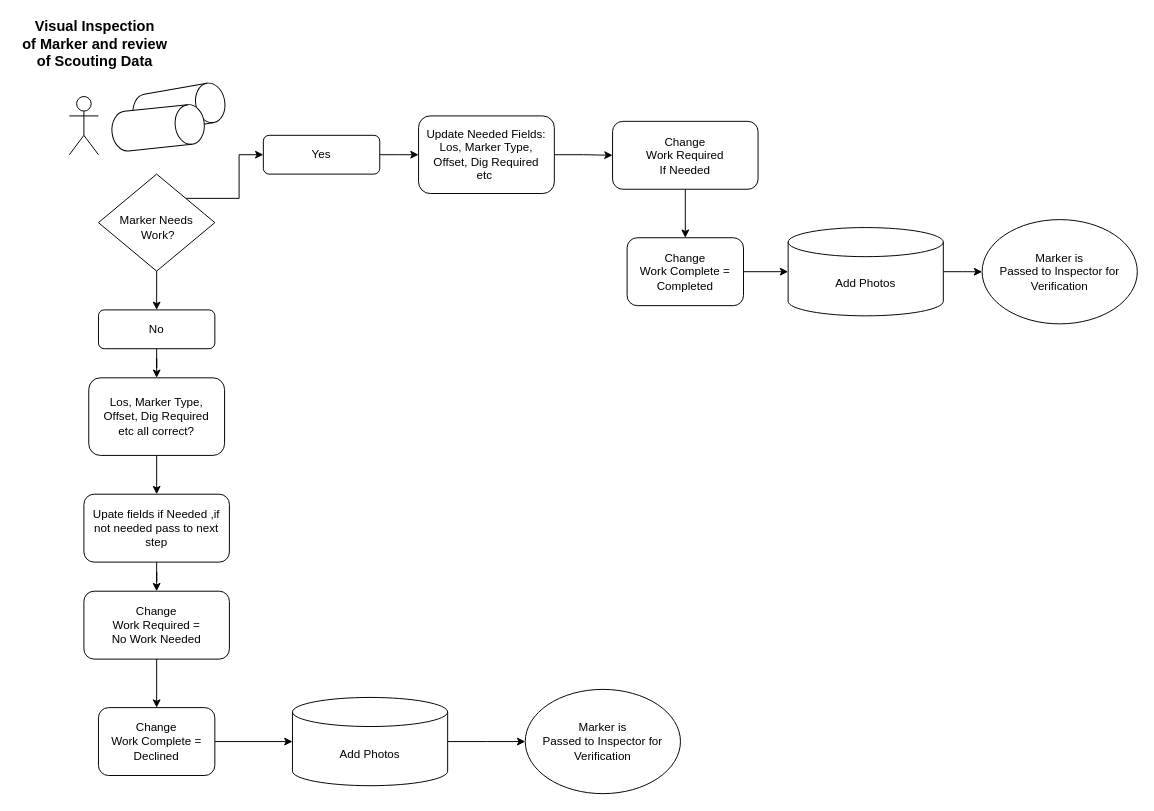
The draw.io diagram Untitled Diagram.drawio in STEFANIHUNT/workforce-scripts, before the edit. Source tidied: cells renumbered, new cells numbered last; positions are measured from the earlier drawing's top-left corner, leaving out a move shared by most shapes. Both pictures are drawn from the tidied source at 97%, with x=0, y=0 at pixel (16, 18).
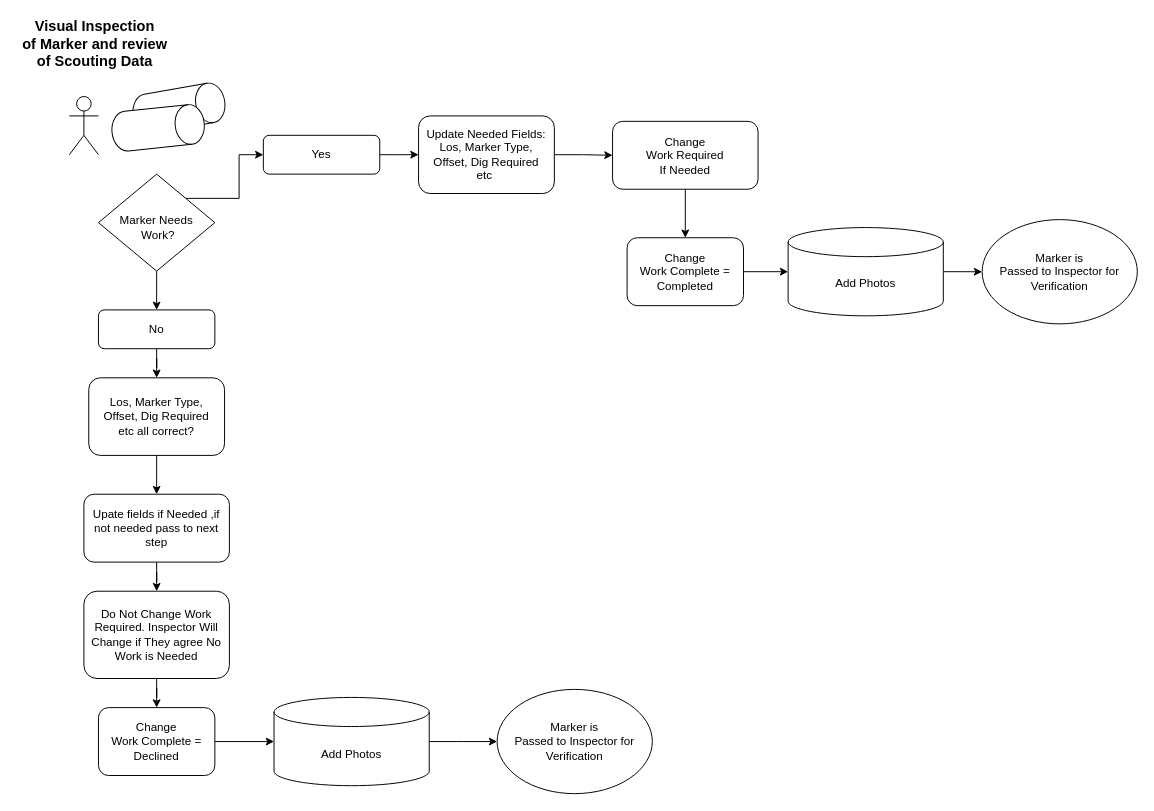
After the change.

Commit message:
Final Upated Decision Tree.drawio

The edit, as a diff of the source:
```diff
@@
     <mxCell id="13" value="Marker is &lt;br&gt;Passed to Inspector for Verification" style="ellipse;whiteSpace=wrap;html=1;rounded=1;shadow=0;strokeWidth=1;glass=0;" parent="1" vertex="1">
-      <mxGeometry x="524" y="691.2" width="160" height="107.5" as="geometry" />
+      <mxGeometry x="495" y="691.2" width="160" height="107.5" as="geometry" />
     </mxCell>
@@
-    <mxCell id="16" value="Change&lt;br&gt;Work Required = &lt;br&gt;No Work Needed" style="rounded=1;whiteSpace=wrap;html=1;fontSize=12;glass=0;strokeWidth=1;shadow=0;" parent="1" vertex="1">
-      <mxGeometry x="69" y="590" width="150" height="70" as="geometry" />
+    <mxCell id="16" value="Do Not Change Work Required. Inspector Will Change if They agree No Work is Needed" style="rounded=1;whiteSpace=wrap;html=1;fontSize=12;glass=0;strokeWidth=1;shadow=0;" parent="1" vertex="1">
+      <mxGeometry x="69" y="590" width="150" height="90" as="geometry" />
     </mxCell>
@@
     <mxCell id="28" value="Add Photos&lt;br&gt;" style="shape=cylinder3;whiteSpace=wrap;html=1;boundedLbl=1;backgroundOutline=1;size=15;" parent="1" vertex="1">
-      <mxGeometry x="284" y="699.5" width="160" height="91" as="geometry" />
+      <mxGeometry x="265" y="699.5" width="160" height="91" as="geometry" />
     </mxCell>
```
